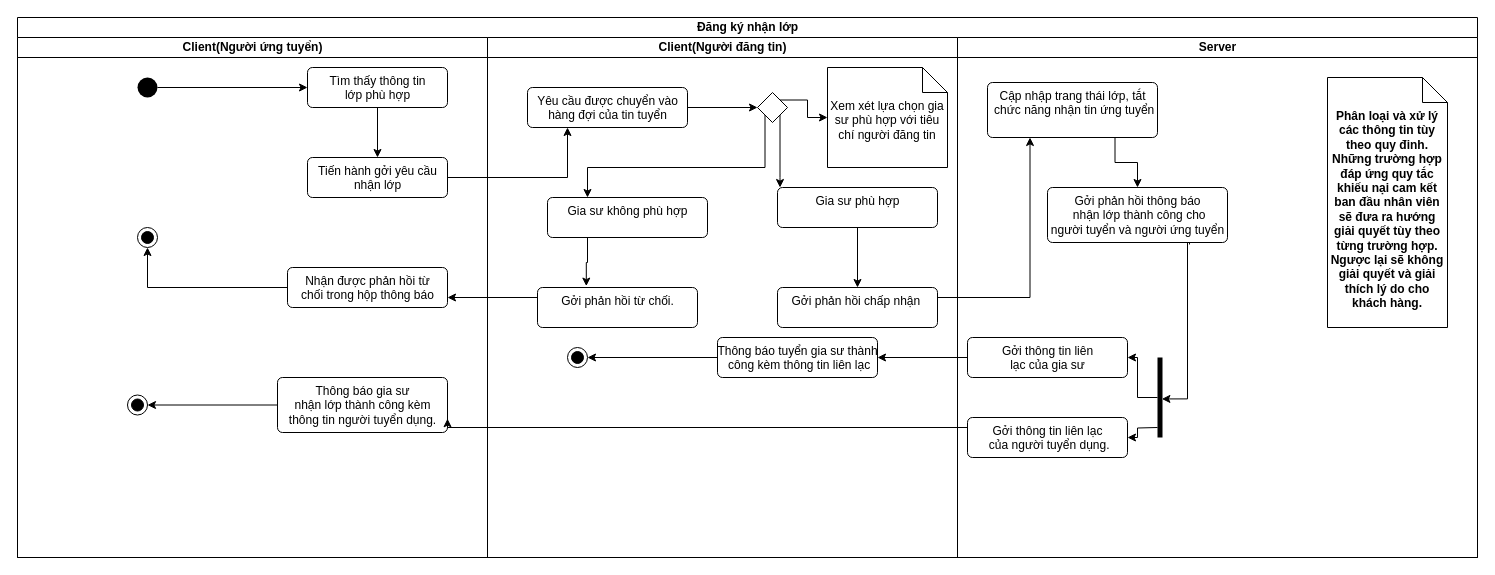
This is page "BPM_DangKyNhanLop" (7 of 7) of Diagram/BPM_qlgiasu.drawio from tue0305/WebSiteGiaSu, a draw.io file, before an edit. Source tidied: cells renumbered, new cells numbered last; positions are measured from the earlier drawing's top-left corner, leaving out a move shared by most shapes. Both pictures are drawn from the tidied source at 100%, with x=0, y=0 at pixel (17, 17).
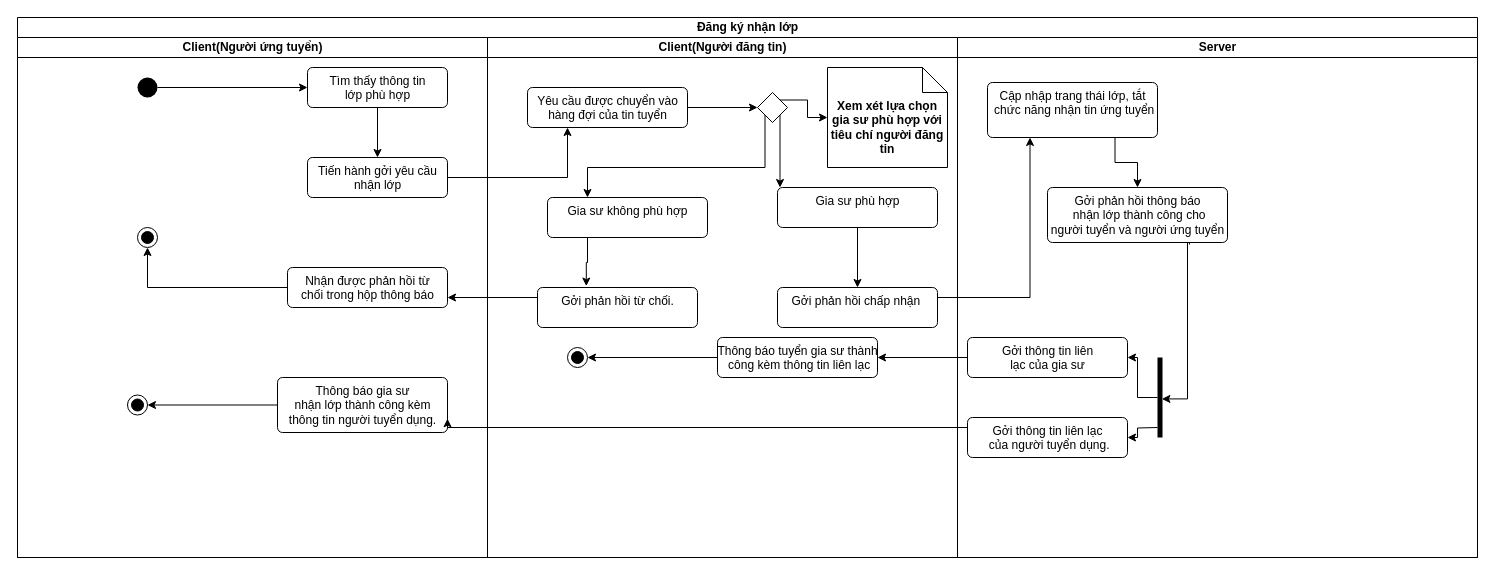
The same diagram, later.

Unchanged cells that the change refers to:
```xml
<mxCell id="15" value="Client(Người đăng tin)" style="swimlane;html=1;startSize=20;" parent="2" vertex="1">
  <mxGeometry x="470" y="20" width="470" height="520" as="geometry" />
</mxCell>
<mxCell id="35" value="Server" style="swimlane;html=1;startSize=20;" parent="2" vertex="1">
  <mxGeometry x="940" y="20" width="520" height="520" as="geometry" />
</mxCell>
```

Change to the diagram source:
```diff
@@
-    <mxCell id="24" value="Xem xét lựa chọn gia sư phù hợp với tiêu chí người đăng tin" style="shape=note2;boundedLbl=1;whiteSpace=wrap;html=1;size=25;verticalAlign=top;align=center;" parent="15" vertex="1">
+    <mxCell id="24" value="Xem xét lựa chọn gia sư phù hợp với tiêu chí người đăng tin" style="shape=note2;boundedLbl=1;whiteSpace=wrap;html=1;size=25;verticalAlign=top;align=center;fontStyle=1;" parent="15" vertex="1">
       <mxGeometry x="340" y="30" width="120" height="100" as="geometry" />
     </mxCell>
@@
-    <mxCell id="36" value="Phân loại và xử lý các thông tin tùy theo quy đinh.&lt;br&gt;Những trường hợp đáp ứng quy tắc khiếu nại cam kết ban đầu nhân viên sẽ đưa ra hướng giải quyết tùy theo từng trường hợp. Ngược lại sẽ không giải quyết và giải thích lý do cho khách hàng." style="shape=note2;boundedLbl=1;whiteSpace=wrap;html=1;size=25;verticalAlign=top;align=center;fontStyle=1;" parent="35" vertex="1">
-      <mxGeometry x="370" y="40" width="120" height="250" as="geometry" />
-    </mxCell>
```
